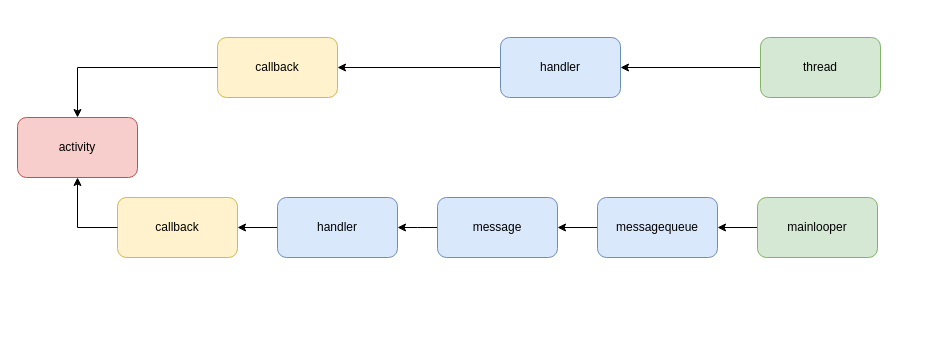
ellisonchan/MineGraph keeps this draw.io diagram as handler-leak-thread-looper.drawio. Above is the earlier version. Source tidied: cells renumbered, new cells numbered last; positions are measured from the earlier drawing's top-left corner, leaving out a move shared by most shapes. Both pictures are drawn from the tidied source at 100%, with x=0, y=0 at pixel (17, 37).
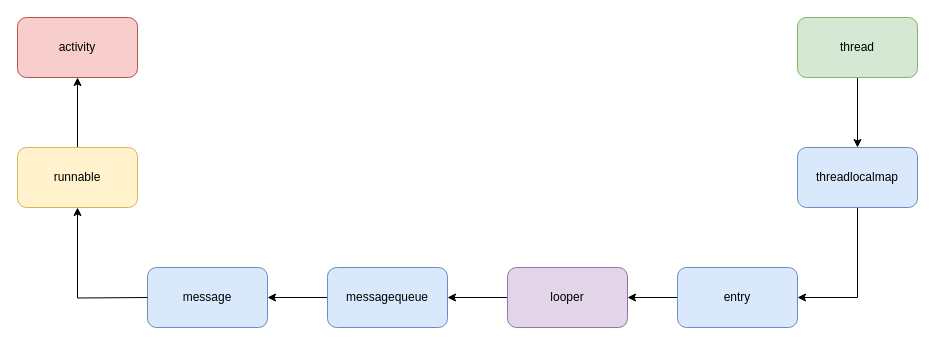
The same diagram, later.

Diff of the diagram source:
```diff
@@
+    <mxCell id="19" style="edgeStyle=orthogonalEdgeStyle;rounded=0;jettySize=auto;html=1;" parent="1" edge="1" source="2" target="9">
+      <mxGeometry relative="1" as="geometry" />
+    </mxCell>
-    <mxCell id="2" value="callback" style="rounded=1;whiteSpace=wrap;html=1;fillColor=#fff2cc;strokeColor=#d6b656;" parent="1" vertex="1">
-      <mxGeometry x="100" y="160" width="120" height="60" as="geometry" />
+    <mxCell id="2" value="runnable" style="rounded=1;whiteSpace=wrap;html=1;fillColor=#fff2cc;strokeColor=#d6b656;" parent="1" vertex="1">
+      <mxGeometry y="110" width="120" height="60" as="geometry" />
     </mxCell>
@@
-    <mxCell id="4" value="mainlooper" style="rounded=1;whiteSpace=wrap;html=1;fillColor=#d5e8d4;strokeColor=#82b366;" parent="1" vertex="1">
-      <mxGeometry x="740" y="160" width="120" height="60" as="geometry" />
+    <mxCell id="4" value="looper" style="rounded=1;whiteSpace=wrap;html=1;fillColor=#e1d5e7;strokeColor=#9673a6;" parent="1" vertex="1">
+      <mxGeometry x="490" y="230" width="120" height="60" as="geometry" />
     </mxCell>
-    <mxCell id="5" style="edgeStyle=orthogonalEdgeStyle;rounded=0;jettySize=auto;html=1;" parent="1" edge="1" source="6">
-      <mxGeometry relative="1" as="geometry">
-        <mxPoint x="380" y="190" as="targetPoint" />
-      </mxGeometry>
-    </mxCell>
     <mxCell id="6" value="message" style="rounded=1;whiteSpace=wrap;html=1;fillColor=#dae8fc;strokeColor=#6c8ebf;" parent="1" vertex="1">
-      <mxGeometry x="420" y="160" width="120" height="60" as="geometry" />
+      <mxGeometry x="130" y="230" width="120" height="60" as="geometry" />
     </mxCell>
@@
     <mxCell id="8" value="messagequeue" style="rounded=1;whiteSpace=wrap;html=1;fillColor=#dae8fc;strokeColor=#6c8ebf;" parent="1" vertex="1">
-      <mxGeometry x="580" y="160" width="120" height="60" as="geometry" />
+      <mxGeometry x="310" y="230" width="120" height="60" as="geometry" />
     </mxCell>
     <mxCell id="9" value="activity" style="rounded=1;whiteSpace=wrap;html=1;fillColor=#f8cecc;strokeColor=#b85450;" parent="1" vertex="1">
-      <mxGeometry y="80" width="120" height="60" as="geometry" />
+      <mxGeometry y="-20" width="120" height="60" as="geometry" />
     </mxCell>
-    <mxCell id="10" value="callback" style="rounded=1;whiteSpace=wrap;html=1;fillColor=#fff2cc;strokeColor=#d6b656;" parent="1" vertex="1">
-      <mxGeometry x="200" width="120" height="60" as="geometry" />
-    </mxCell>
-    <mxCell id="11" style="edgeStyle=orthogonalEdgeStyle;rounded=0;jettySize=auto;html=1;" parent="1" edge="1" source="12" target="16">
-      <mxGeometry relative="1" as="geometry" />
-    </mxCell>
+    <mxCell id="17" style="edgeStyle=orthogonalEdgeStyle;rounded=0;jettySize=auto;html=1;" parent="1" edge="1" target="2">
+      <mxGeometry relative="1" as="geometry">
+        <mxPoint x="130" y="260" as="sourcePoint" />
+      </mxGeometry>
+    </mxCell>
+    <mxCell id="20" style="edgeStyle=orthogonalEdgeStyle;rounded=0;jettySize=auto;html=1;entryX=1;entryY=0.5;entryDx=0;entryDy=0;" parent="1" edge="1" source="21" target="24">
+      <mxGeometry relative="1" as="geometry" />
+    </mxCell>
+    <mxCell id="21" value="threadlocalmap" style="rounded=1;whiteSpace=wrap;html=1;fillColor=#dae8fc;strokeColor=#6c8ebf;" parent="1" vertex="1">
+      <mxGeometry x="780" y="110" width="120" height="60" as="geometry" />
+    </mxCell>
+    <mxCell id="22" style="edgeStyle=orthogonalEdgeStyle;rounded=0;jettySize=auto;html=1;" parent="1" edge="1" source="12" target="21">
+      <mxGeometry relative="1" as="geometry" />
+    </mxCell>
     <mxCell id="12" value="thread" style="rounded=1;whiteSpace=wrap;html=1;fillColor=#d5e8d4;strokeColor=#82b366;" parent="1" vertex="1">
-      <mxGeometry x="743" width="120" height="60" as="geometry" />
+      <mxGeometry x="780" y="-20" width="120" height="60" as="geometry" />
     </mxCell>
-    <mxCell id="13" style="edgeStyle=orthogonalEdgeStyle;rounded=0;jettySize=auto;html=1;entryX=0.5;entryY=1;entryDx=0;entryDy=0;" parent="1" edge="1" target="9">
-      <mxGeometry relative="1" as="geometry">
-        <mxPoint x="100" y="190" as="sourcePoint" />
-        <Array as="points">
-          <mxPoint x="60" y="190" />
-        </Array>
-      </mxGeometry>
-    </mxCell>
-    <mxCell id="14" style="edgeStyle=orthogonalEdgeStyle;rounded=0;jettySize=auto;html=1;entryX=0.5;entryY=0;entryDx=0;entryDy=0;exitX=0;exitY=0.5;exitDx=0;exitDy=0;" parent="1" edge="1" source="10" target="9">
-      <mxGeometry relative="1" as="geometry">
-        <Array as="points">
-          <mxPoint x="60" y="30" />
-        </Array>
-      </mxGeometry>
-    </mxCell>
-    <mxCell id="15" style="edgeStyle=orthogonalEdgeStyle;rounded=0;jettySize=auto;html=1;" parent="1" edge="1" source="16" target="10">
-      <mxGeometry relative="1" as="geometry" />
-    </mxCell>
-    <mxCell id="16" value="handler" style="rounded=1;whiteSpace=wrap;html=1;fillColor=#dae8fc;strokeColor=#6c8ebf;" parent="1" vertex="1">
-      <mxGeometry x="483" width="120" height="60" as="geometry" />
-    </mxCell>
-    <mxCell id="17" style="edgeStyle=orthogonalEdgeStyle;rounded=0;jettySize=auto;html=1;" parent="1" edge="1" source="18" target="2">
-      <mxGeometry relative="1" as="geometry" />
-    </mxCell>
-    <mxCell id="18" value="handler" style="rounded=1;whiteSpace=wrap;html=1;fillColor=#dae8fc;strokeColor=#6c8ebf;" parent="1" vertex="1">
-      <mxGeometry x="260" y="160" width="120" height="60" as="geometry" />
-    </mxCell>
+    <mxCell id="23" style="edgeStyle=orthogonalEdgeStyle;rounded=0;jettySize=auto;html=1;" parent="1" edge="1" source="24" target="4">
+      <mxGeometry relative="1" as="geometry" />
+    </mxCell>
+    <mxCell id="24" value="entry" style="rounded=1;whiteSpace=wrap;html=1;fillColor=#dae8fc;strokeColor=#6c8ebf;" parent="1" vertex="1">
+      <mxGeometry x="660" y="230" width="120" height="60" as="geometry" />
+    </mxCell>
```
